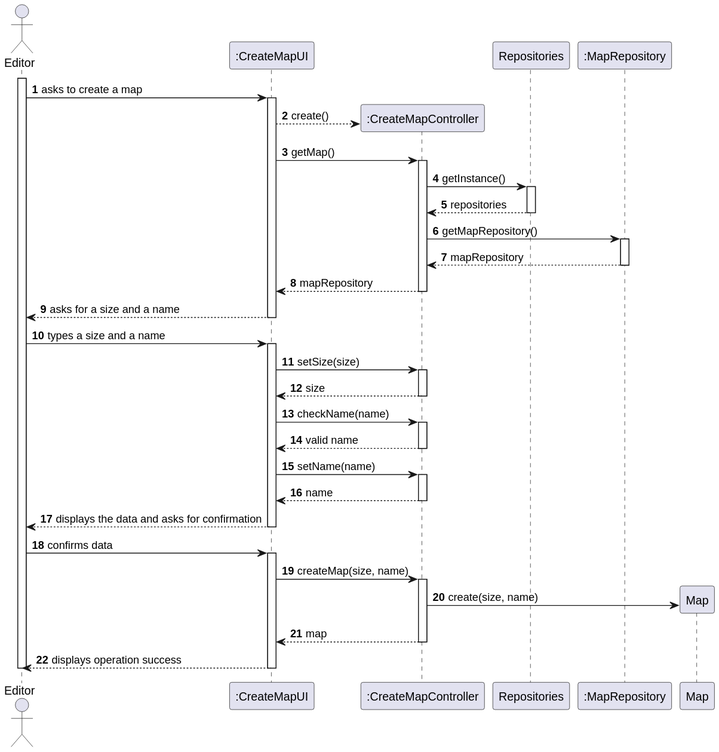
Above: docsFinais/US001/03.design/svg/US001-SD-full.svg in 1240935/pi2-railway-simulator (PlantUML), before the change.
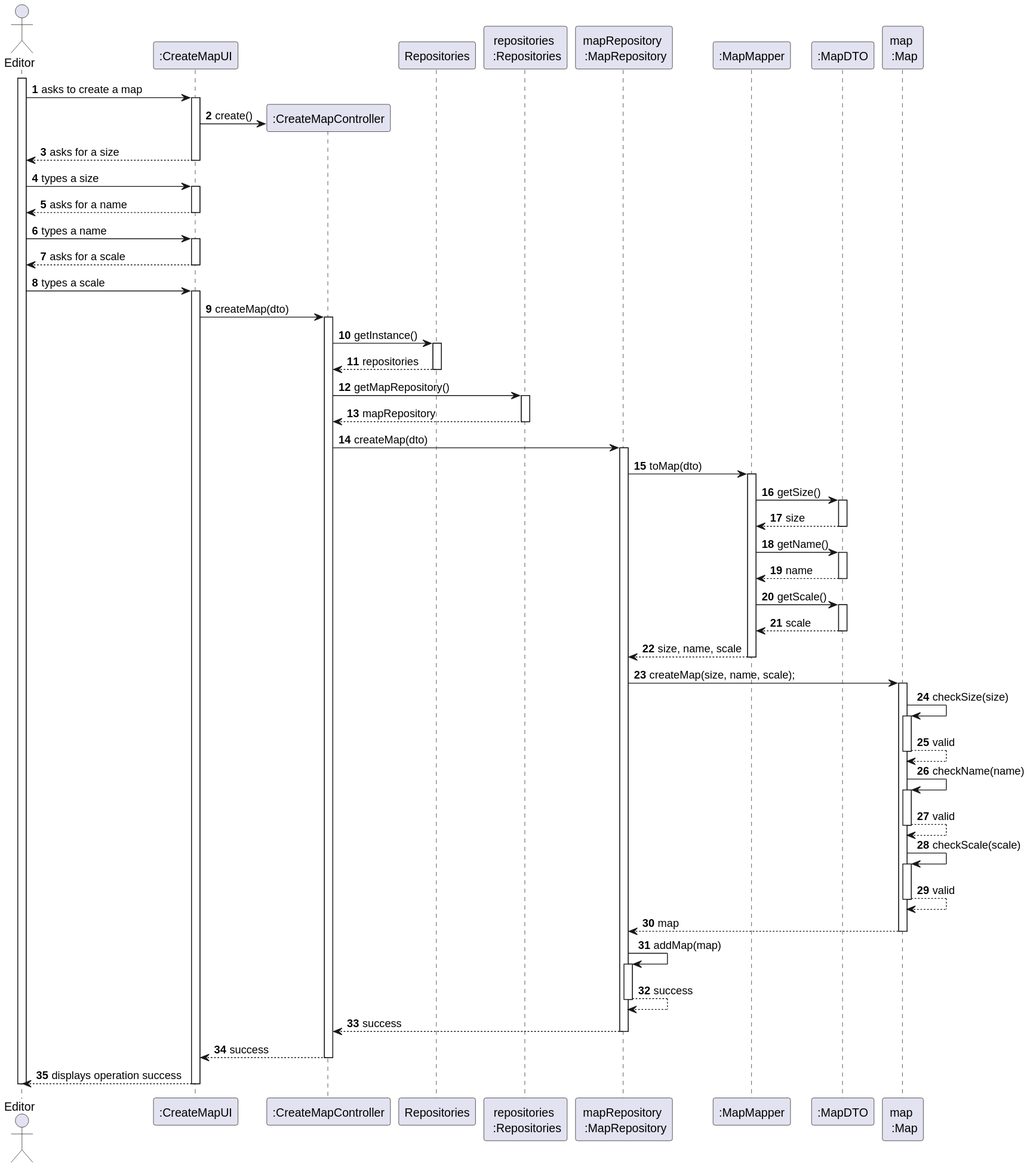
Above is the later version.

What changed in the source:
```diff
@@ -5,65 +5,107 @@
 autonumber
 
 
-    actor "Editor" as EDITOR
-    participant ":CreateMapUI" as UI
-    participant ":CreateMapController" as CTRL
-    participant "Repositories" as REPOS
-    participant ":MapRepository" as MAP_REPO
-    participant "Map" as MAP
+actor "Editor" as EDITOR
+participant ":CreateMapUI" as UI
+participant ":CreateMapController" as CTRL
+participant "Repositories" as REPOS
+participant "repositories \n :Repositories" as REPO_SINGLETON
+participant "mapRepository \n :MapRepository" as MAP_REPO
+participant ":MapMapper" as MAPPER
+participant ":MapDTO" as DTO
+participant "map \n :Map" as MAP
 
-    activate EDITOR
+activate EDITOR
 
-        EDITOR -> UI : asks to create a map
-        activate UI
-            UI --> CTRL** : create()
+EDITOR -> UI : asks to create a map
+activate UI
 
-            UI -> CTRL : getMap()
-            activate CTRL
-              CTRL -> REPOS : getInstance()
-              activate REPOS
-                REPOS --> CTRL: repositories
-              deactivate REPOS
-                CTRL -> MAP_REPO : getMapRepository()
-              activate MAP_REPO
-                MAP_REPO --> CTRL: mapRepository
-              deactivate MAP_REPO
-                CTRL --> UI : mapRepository
-            deactivate CTRL
+    UI -> CTRL** : create()
+    UI --> EDITOR : asks for a size
+deactivate UI
 
-            UI --> EDITOR : asks for a size and a name
-        deactivate UI
+EDITOR -> UI : types a size
+activate UI
 
-        EDITOR -> UI :  types a size and a name
-        activate UI
-            UI -> CTRL: setSize(size)
-            activate CTRL
-                CTRL --> UI : size
-            deactivate CTRL
-            UI -> CTRL: checkName(name)
-            activate CTRL
-                CTRL --> UI : valid name
-            deactivate CTRL
-            UI -> CTRL: setName(name)
-            activate CTRL
-            CTRL --> UI: name
-            deactivate CTRL
+    UI --> EDITOR : asks for a name
+deactivate UI
 
-            UI --> EDITOR : displays the data and asks for confirmation
+EDITOR -> UI :  types a name
+activate UI
 
-        deactivate UI
+UI --> EDITOR : asks for a scale
+deactivate UI
 
-        EDITOR -> UI : confirms data
-        activate UI
+EDITOR -> UI :  types a scale
+activate UI
 
-            UI -> CTRL : createMap(size, name)
-            activate CTRL
-                CTRL -> MAP**: create(size, name)
+UI -> CTRL : createMap(dto)
+activate CTRL
 
-                CTRL --> UI : map
-                deactivate CTRL
-            UI --> EDITOR : displays operation success
-        deactivate UI
+CTRL -> REPOS : getInstance()
+activate REPOS
 
-    deactivate EDITOR
-    @enduml
+    REPOS --> CTRL : repositories
+deactivate REPOS
+
+CTRL -> REPO_SINGLETON : getMapRepository()
+activate REPO_SINGLETON
+REPO_SINGLETON --> CTRL: mapRepository
+deactivate REPO_SINGLETON
+CTRL -> MAP_REPO: createMap(dto)
+activate MAP_REPO
+
+MAP_REPO -> MAPPER : toMap(dto)
+activate MAPPER
+
+MAPPER -> DTO: getSize()
+activate DTO
+
+DTO --> MAPPER: size
+deactivate DTO
+MAPPER -> DTO: getName()
+activate DTO
+
+DTO --> MAPPER: name
+deactivate DTO
+MAPPER -> DTO: getScale()
+activate DTO
+
+DTO --> MAPPER: scale
+deactivate DTO
+MAPPER --> MAP_REPO: size, name, scale
+deactivate MAPPER
+
+MAP_REPO -> MAP: createMap(size, name, scale);
+    activate MAP
+        MAP -> MAP : checkSize(size)
+        activate MAP
+        MAP --> MAP : valid
+        deactivate MAP
+
+        MAP -> MAP : checkName(name)
+        activate MAP
+        MAP --> MAP : valid
+        deactivate MAP
+
+        MAP -> MAP : checkScale(scale)
+                activate MAP
+                MAP --> MAP : valid
+                deactivate MAP
+
+        MAP --> MAP_REPO : map
+    deactivate MAP
+
+    MAP_REPO -> MAP_REPO : addMap(map)
+    activate MAP_REPO
+    MAP_REPO --> MAP_REPO: success
+    deactivate MAP_REPO
+    MAP_REPO --> CTRL : success
+deactivate MAP_REPO
+
+CTRL --> UI : success
+deactivate CTRL
+UI --> EDITOR : displays operation success
+deactivate UI
+deactivate EDITOR
+@enduml
```
